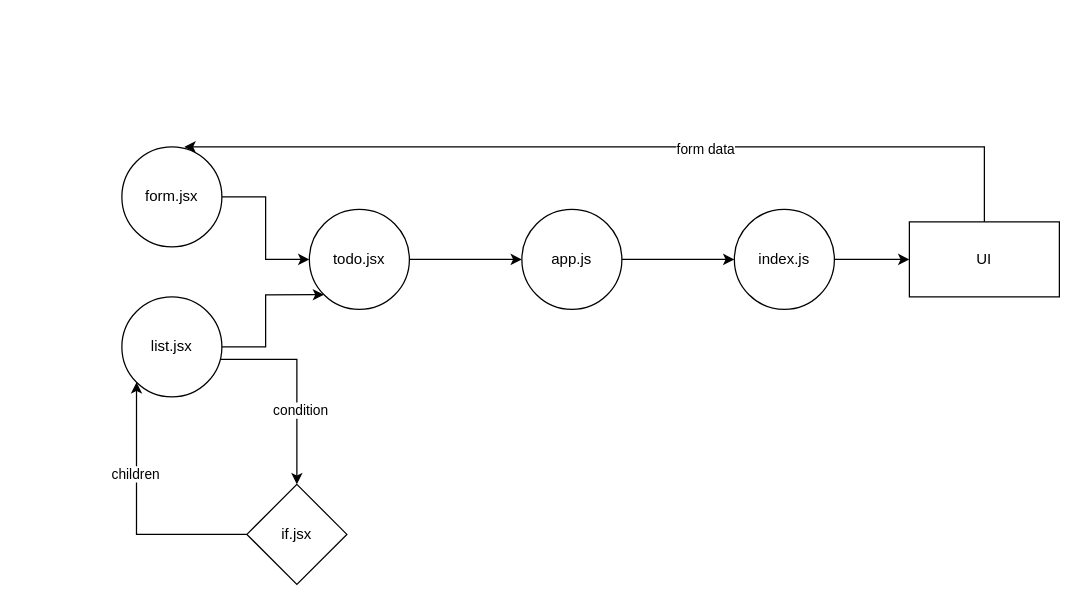
Before: Untitled Diagram.drawio in emranaloul/hooks, a draw.io diagram. Source tidied: cells renumbered, new cells numbered last; positions are measured from the earlier drawing's top-left corner, leaving out a move shared by most shapes. Both pictures are drawn from the tidied source at 125%, with x=0, y=0 at pixel (121, 146).
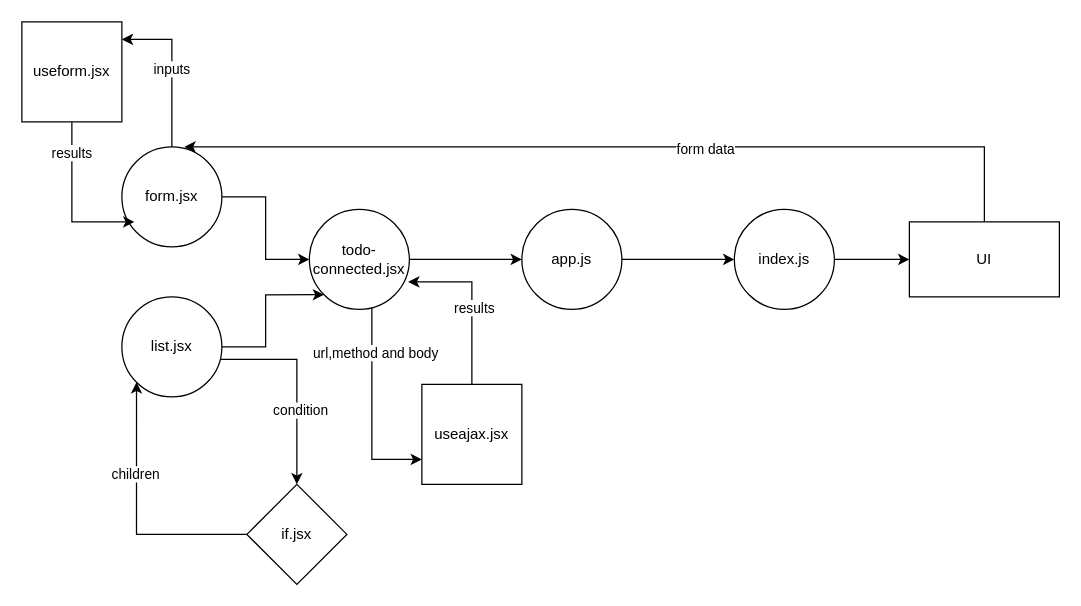
The same page after the edit.

The change refers to these unchanged cells:
```xml
<mxCell id="3" value="form.jsx" style="ellipse;whiteSpace=wrap;html=1;" parent="1" vertex="1">
  <mxGeometry width="80" height="80" as="geometry" />
</mxCell>
```

Diff of the diagram source:
```diff
@@
+    <mxCell id="20" style="edgeStyle=orthogonalEdgeStyle;rounded=0;jettySize=auto;html=1;entryX=1;entryY=0.175;entryDx=0;entryDy=0;entryPerimeter=0;" parent="1" edge="1" source="3" target="26">
+      <mxGeometry relative="1" as="geometry" />
+    </mxCell>
+    <mxCell id="21" value="inputs" style="edgeLabel;html=1;align=center;verticalAlign=middle;" parent="20" vertex="1">
+      <mxGeometry y="1" relative="1" as="geometry" />
+    </mxCell>
@@
+    <mxCell id="22" style="edgeStyle=orthogonalEdgeStyle;rounded=0;jettySize=auto;html=1;entryX=0;entryY=0.75;entryDx=0;entryDy=0;" parent="1" edge="1" source="9" target="29">
+      <mxGeometry relative="1" as="geometry">
+        <Array as="points">
+          <mxPoint x="200" y="250" />
+        </Array>
+      </mxGeometry>
+    </mxCell>
+    <mxCell id="23" value="url,method and body" style="edgeLabel;html=1;align=center;verticalAlign=middle;" parent="22" vertex="1">
+      <mxGeometry x="-0.55" y="2" relative="1" as="geometry" />
+    </mxCell>
-    <mxCell id="9" value="todo.jsx" style="ellipse;whiteSpace=wrap;html=1;" parent="1" vertex="1">
+    <mxCell id="9" value="todo-connected.jsx" style="ellipse;whiteSpace=wrap;html=1;" parent="1" vertex="1">
       <mxGeometry x="150" y="50" width="80" height="80" as="geometry" />
     </mxCell>
@@
+    <mxCell id="24" style="edgeStyle=orthogonalEdgeStyle;rounded=0;jettySize=auto;html=1;" parent="1" edge="1" source="26">
+      <mxGeometry relative="1" as="geometry">
+        <mxPoint x="10" y="60" as="targetPoint" />
+        <Array as="points">
+          <mxPoint x="-40" y="60" />
+        </Array>
+      </mxGeometry>
+    </mxCell>
+    <mxCell id="25" value="results" style="edgeLabel;html=1;align=center;verticalAlign=middle;" parent="24" vertex="1">
+      <mxGeometry x="-0.63" y="-1" relative="1" as="geometry" />
+    </mxCell>
+    <mxCell id="26" value="useform.jsx" style="whiteSpace=wrap;html=1;" parent="1" vertex="1">
+      <mxGeometry x="-80" y="-100" width="80" height="80" as="geometry" />
+    </mxCell>
+    <mxCell id="27" style="edgeStyle=orthogonalEdgeStyle;rounded=0;jettySize=auto;html=1;entryX=0.988;entryY=0.725;entryDx=0;entryDy=0;entryPerimeter=0;" parent="1" edge="1" source="29" target="9">
+      <mxGeometry relative="1" as="geometry">
+        <Array as="points">
+          <mxPoint x="280" y="108" />
+        </Array>
+      </mxGeometry>
+    </mxCell>
+    <mxCell id="28" value="results" style="edgeLabel;html=1;align=center;verticalAlign=middle;" parent="27" vertex="1">
+      <mxGeometry x="-0.07" y="-1" relative="1" as="geometry" />
+    </mxCell>
+    <mxCell id="29" value="useajax.jsx" style="whiteSpace=wrap;html=1;" parent="1" vertex="1">
+      <mxGeometry x="240" y="190" width="80" height="80" as="geometry" />
+    </mxCell>
```
